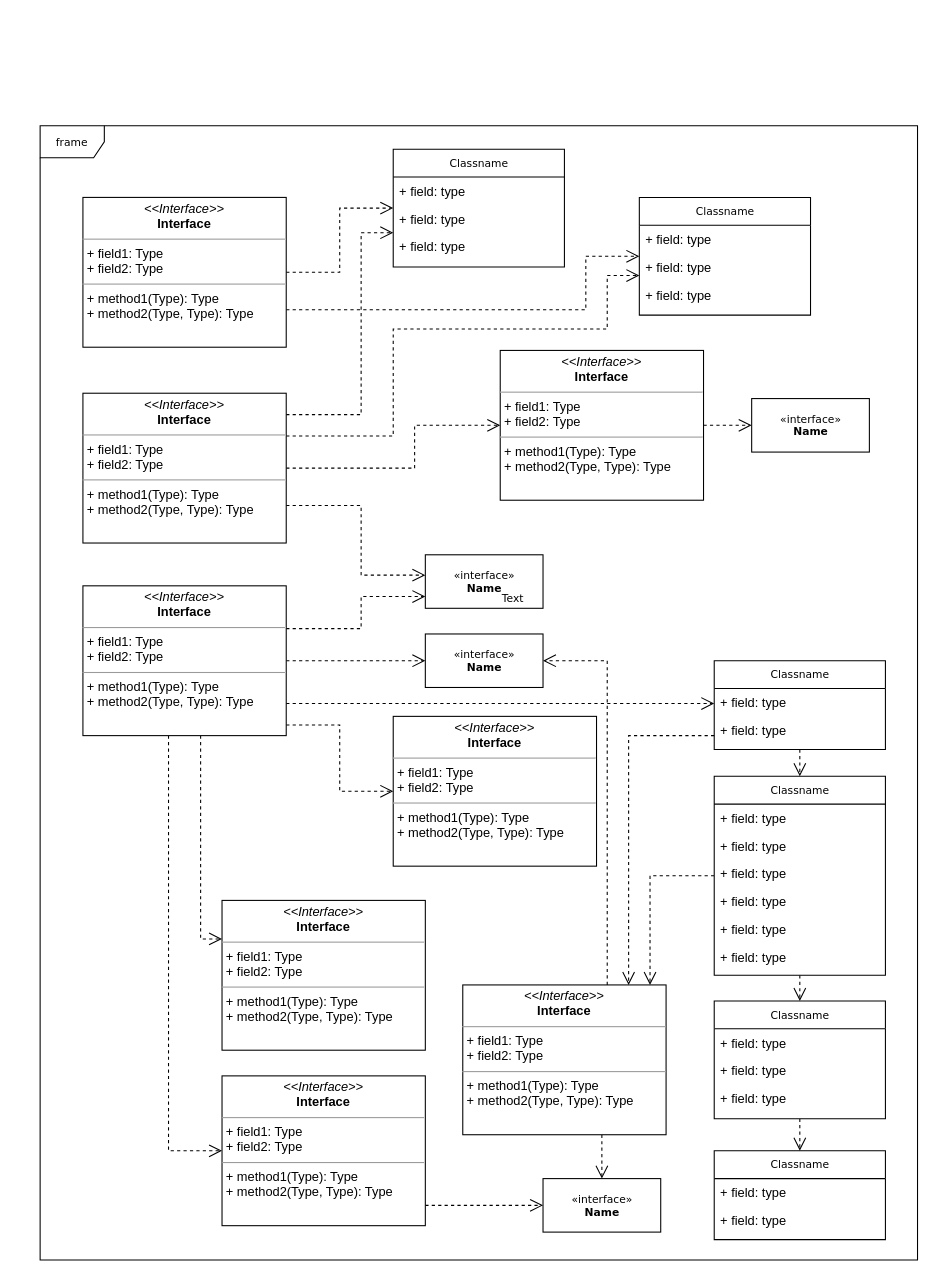
The draw.io diagram Untitled Diagram.drawio in Marc536/Din-mica_1, before the edit. Source tidied: cells renumbered, new cells numbered last; positions are measured from the earlier drawing's top-left corner, leaving out a move shared by most shapes. Both pictures are drawn from the tidied source at 107%, with x=0, y=0 at pixel (40, 125).
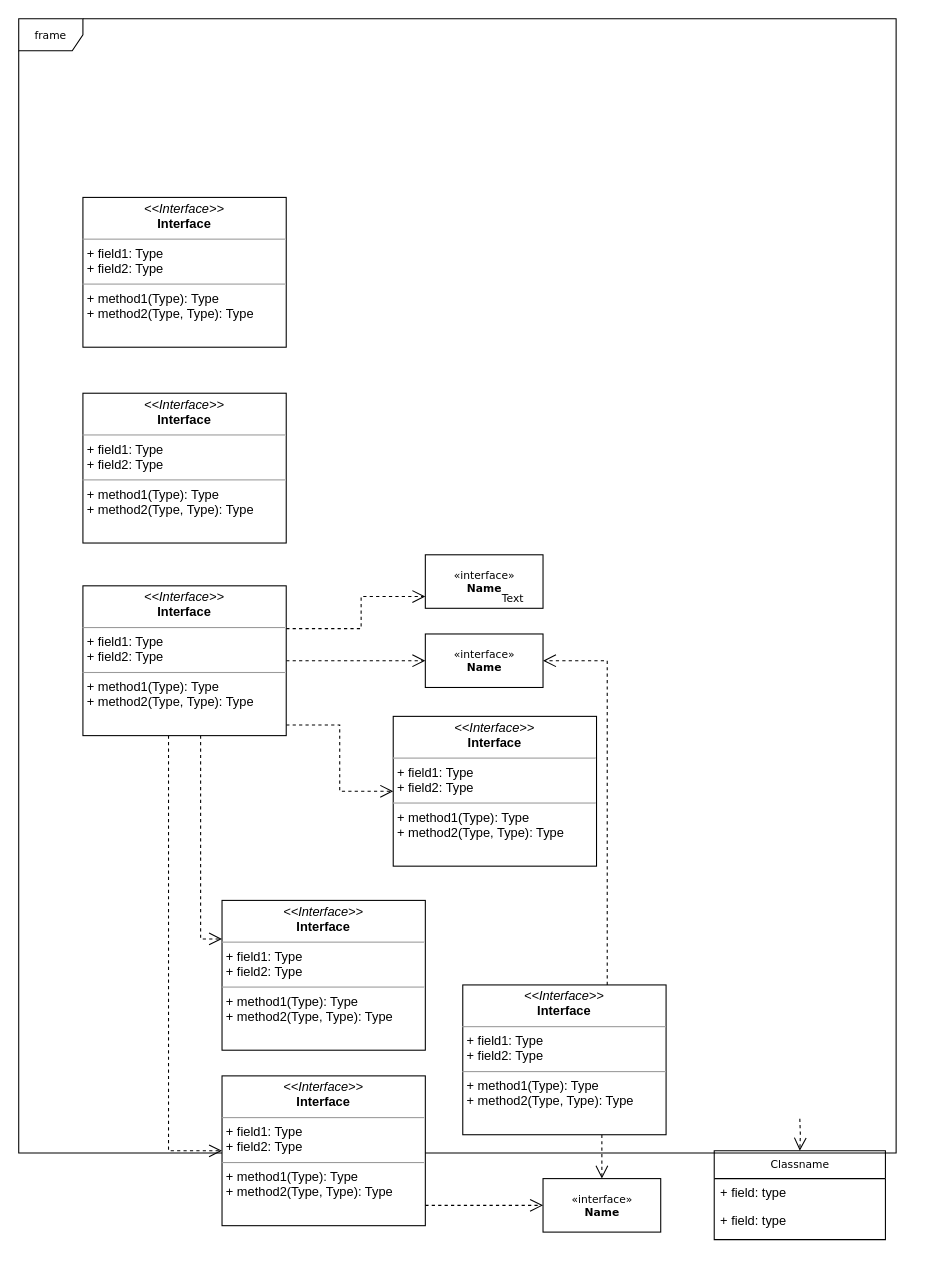
Above is the later version.

The change refers to these unchanged cells:
```xml
<mxCell id="20" value="Classname" style="swimlane;html=1;fontStyle=0;horizontal=1;startSize=26;fillColor=none;swimlaneFillColor=#ffffff;rounded=0;shadow=0;comic=0;labelBackgroundColor=none;strokeWidth=1;fontFamily=Verdana;fontSize=10;align=center;" parent="1" vertex="1">
  <mxGeometry x="630" y="958" width="160" height="83" as="geometry" />
</mxCell>
<mxCell id="35" value="&lt;p style=&quot;margin:0px;margin-top:4px;text-align:center;&quot;&gt;&lt;i&gt;&amp;lt;&amp;lt;Interface&amp;gt;&amp;gt;&lt;/i&gt;&lt;br/&gt;&lt;b&gt;Interface&lt;/b&gt;&lt;/p&gt;&lt;hr size=&quot;1&quot;/&gt;&lt;p style=&quot;margin:0px;margin-left:4px;&quot;&gt;+ field1: Type&lt;br/&gt;+ field2: Type&lt;/p&gt;&lt;hr size=&quot;1&quot;/&gt;&lt;p style=&quot;margin:0px;margin-left:4px;&quot;&gt;+ method1(Type): Type&lt;br/&gt;+ method2(Type, Type): Type&lt;/p&gt;" style="verticalAlign=top;align=left;overflow=fill;fontSize=12;fontFamily=Helvetica;html=1;rounded=0;shadow=0;comic=0;labelBackgroundColor=none;strokeWidth=1;" parent="1" vertex="1">
  <mxGeometry x="395" y="803" width="190" height="140" as="geometry" />
</mxCell>
<mxCell id="41" value="&amp;laquo;interface&amp;raquo;&lt;br&gt;&lt;b&gt;Name&lt;/b&gt;" style="html=1;rounded=0;shadow=0;comic=0;labelBackgroundColor=none;strokeWidth=1;fontFamily=Verdana;fontSize=10;align=center;" parent="1" vertex="1">
  <mxGeometry x="360" y="401" width="110" height="50" as="geometry" />
</mxCell>
<mxCell id="48" value="&lt;p style=&quot;margin:0px;margin-top:4px;text-align:center;&quot;&gt;&lt;i&gt;&amp;lt;&amp;lt;Interface&amp;gt;&amp;gt;&lt;/i&gt;&lt;br/&gt;&lt;b&gt;Interface&lt;/b&gt;&lt;/p&gt;&lt;hr size=&quot;1&quot;/&gt;&lt;p style=&quot;margin:0px;margin-left:4px;&quot;&gt;+ field1: Type&lt;br/&gt;+ field2: Type&lt;/p&gt;&lt;hr size=&quot;1&quot;/&gt;&lt;p style=&quot;margin:0px;margin-left:4px;&quot;&gt;+ method1(Type): Type&lt;br/&gt;+ method2(Type, Type): Type&lt;/p&gt;" style="verticalAlign=top;align=left;overflow=fill;fontSize=12;fontFamily=Helvetica;html=1;rounded=0;shadow=0;comic=0;labelBackgroundColor=none;strokeWidth=1;" parent="1" vertex="1">
  <mxGeometry x="40" y="67" width="190" height="140" as="geometry" />
</mxCell>
<mxCell id="53" value="&lt;p style=&quot;margin:0px;margin-top:4px;text-align:center;&quot;&gt;&lt;i&gt;&amp;lt;&amp;lt;Interface&amp;gt;&amp;gt;&lt;/i&gt;&lt;br/&gt;&lt;b&gt;Interface&lt;/b&gt;&lt;/p&gt;&lt;hr size=&quot;1&quot;/&gt;&lt;p style=&quot;margin:0px;margin-left:4px;&quot;&gt;+ field1: Type&lt;br/&gt;+ field2: Type&lt;/p&gt;&lt;hr size=&quot;1&quot;/&gt;&lt;p style=&quot;margin:0px;margin-left:4px;&quot;&gt;+ method1(Type): Type&lt;br/&gt;+ method2(Type, Type): Type&lt;/p&gt;" style="verticalAlign=top;align=left;overflow=fill;fontSize=12;fontFamily=Helvetica;html=1;rounded=0;shadow=0;comic=0;labelBackgroundColor=none;strokeWidth=1;" parent="1" vertex="1">
  <mxGeometry x="40" y="250" width="190" height="140" as="geometry" />
</mxCell>
<mxCell id="60" value="&lt;p style=&quot;margin:0px;margin-top:4px;text-align:center;&quot;&gt;&lt;i&gt;&amp;lt;&amp;lt;Interface&amp;gt;&amp;gt;&lt;/i&gt;&lt;br/&gt;&lt;b&gt;Interface&lt;/b&gt;&lt;/p&gt;&lt;hr size=&quot;1&quot;/&gt;&lt;p style=&quot;margin:0px;margin-left:4px;&quot;&gt;+ field1: Type&lt;br/&gt;+ field2: Type&lt;/p&gt;&lt;hr size=&quot;1&quot;/&gt;&lt;p style=&quot;margin:0px;margin-left:4px;&quot;&gt;+ method1(Type): Type&lt;br/&gt;+ method2(Type, Type): Type&lt;/p&gt;" style="verticalAlign=top;align=left;overflow=fill;fontSize=12;fontFamily=Helvetica;html=1;rounded=0;shadow=0;comic=0;labelBackgroundColor=none;strokeWidth=1;" parent="1" vertex="1">
  <mxGeometry x="40" y="430" width="190" height="140" as="geometry" />
</mxCell>
```

Change to the diagram source:
```diff
@@
     <mxCell id="2" value="frame" style="shape=umlFrame;whiteSpace=wrap;html=1;rounded=0;shadow=0;comic=0;labelBackgroundColor=none;strokeWidth=1;fontFamily=Verdana;fontSize=10;align=center;" parent="1" vertex="1">
-      <mxGeometry width="820" height="1060" as="geometry" />
+      <mxGeometry x="-20" y="-100" width="820" height="1060" as="geometry" />
     </mxCell>
-    <mxCell id="3" style="edgeStyle=orthogonalEdgeStyle;rounded=0;html=1;dashed=1;labelBackgroundColor=none;startFill=0;endArrow=open;endFill=0;endSize=10;fontFamily=Verdana;fontSize=10;" parent="1" edge="1" source="5" target="35">
-      <mxGeometry relative="1" as="geometry">
-        <Array as="points">
-          <mxPoint x="570" y="701" />
-        </Array>
-      </mxGeometry>
-    </mxCell>
-    <mxCell id="4" style="edgeStyle=orthogonalEdgeStyle;rounded=0;html=1;dashed=1;labelBackgroundColor=none;startFill=0;endArrow=open;endFill=0;endSize=10;fontFamily=Verdana;fontSize=10;" parent="1" edge="1" source="5" target="24">
-      <mxGeometry relative="1" as="geometry" />
-    </mxCell>
-    <mxCell id="5" value="Classname" style="swimlane;html=1;fontStyle=0;horizontal=1;startSize=26;fillColor=none;swimlaneFillColor=#ffffff;rounded=0;shadow=0;comic=0;labelBackgroundColor=none;strokeWidth=1;fontFamily=Verdana;fontSize=10;align=center;" parent="1" vertex="1">
-      <mxGeometry x="630" y="608" width="160" height="186" as="geometry" />
-    </mxCell>
-    <mxCell id="6" value="+ field: type" style="text;html=1;strokeColor=none;fillColor=none;align=left;verticalAlign=top;spacingLeft=4;spacingRight=4;whiteSpace=wrap;overflow=hidden;" parent="5" vertex="1">
-      <mxGeometry y="26" width="160" height="26" as="geometry" />
-    </mxCell>
-    <mxCell id="7" value="+ field: type" style="text;html=1;strokeColor=none;fillColor=none;align=left;verticalAlign=top;spacingLeft=4;spacingRight=4;whiteSpace=wrap;overflow=hidden;" parent="5" vertex="1">
-      <mxGeometry y="52" width="160" height="26" as="geometry" />
-    </mxCell>
-    <mxCell id="8" value="+ field: type" style="text;html=1;strokeColor=none;fillColor=none;align=left;verticalAlign=top;spacingLeft=4;spacingRight=4;whiteSpace=wrap;overflow=hidden;" parent="5" vertex="1">
-      <mxGeometry y="78" width="160" height="26" as="geometry" />
-    </mxCell>
-    <mxCell id="9" value="+ field: type" style="text;html=1;strokeColor=none;fillColor=none;align=left;verticalAlign=top;spacingLeft=4;spacingRight=4;whiteSpace=wrap;overflow=hidden;" parent="5" vertex="1">
-      <mxGeometry y="104" width="160" height="26" as="geometry" />
-    </mxCell>
-    <mxCell id="10" value="+ field: type" style="text;html=1;strokeColor=none;fillColor=none;align=left;verticalAlign=top;spacingLeft=4;spacingRight=4;whiteSpace=wrap;overflow=hidden;" parent="5" vertex="1">
-      <mxGeometry y="130" width="160" height="26" as="geometry" />
-    </mxCell>
-    <mxCell id="11" value="+ field: type" style="text;html=1;strokeColor=none;fillColor=none;align=left;verticalAlign=top;spacingLeft=4;spacingRight=4;whiteSpace=wrap;overflow=hidden;" parent="5" vertex="1">
-      <mxGeometry y="156" width="160" height="26" as="geometry" />
-    </mxCell>
-    <mxCell id="12" value="Classname" style="swimlane;html=1;fontStyle=0;horizontal=1;startSize=26;fillColor=none;swimlaneFillColor=#ffffff;rounded=0;shadow=0;comic=0;labelBackgroundColor=none;strokeWidth=1;fontFamily=Verdana;fontSize=10;align=center;" parent="1" vertex="1">
-      <mxGeometry x="330" y="22" width="160" height="110" as="geometry" />
-    </mxCell>
-    <mxCell id="13" value="+ field: type" style="text;html=1;strokeColor=none;fillColor=none;align=left;verticalAlign=top;spacingLeft=4;spacingRight=4;whiteSpace=wrap;overflow=hidden;" parent="12" vertex="1">
-      <mxGeometry y="26" width="160" height="26" as="geometry" />
-    </mxCell>
-    <mxCell id="14" value="+ field: type" style="text;html=1;strokeColor=none;fillColor=none;align=left;verticalAlign=top;spacingLeft=4;spacingRight=4;whiteSpace=wrap;overflow=hidden;" parent="12" vertex="1">
-      <mxGeometry y="52" width="160" height="26" as="geometry" />
-    </mxCell>
-    <mxCell id="15" value="+ field: type" style="text;html=1;strokeColor=none;fillColor=none;align=left;verticalAlign=top;spacingLeft=4;spacingRight=4;whiteSpace=wrap;overflow=hidden;" parent="12" vertex="1">
-      <mxGeometry y="78" width="160" height="26" as="geometry" />
-    </mxCell>
-    <mxCell id="16" value="Classname" style="swimlane;html=1;fontStyle=0;horizontal=1;startSize=26;fillColor=none;swimlaneFillColor=#ffffff;rounded=0;shadow=0;comic=0;labelBackgroundColor=none;strokeWidth=1;fontFamily=Verdana;fontSize=10;align=center;" parent="1" vertex="1">
-      <mxGeometry x="560" y="67" width="160" height="110" as="geometry" />
-    </mxCell>
-    <mxCell id="17" value="+ field: type" style="text;html=1;strokeColor=none;fillColor=none;align=left;verticalAlign=top;spacingLeft=4;spacingRight=4;whiteSpace=wrap;overflow=hidden;" parent="16" vertex="1">
-      <mxGeometry y="26" width="160" height="26" as="geometry" />
-    </mxCell>
-    <mxCell id="18" value="+ field: type" style="text;html=1;strokeColor=none;fillColor=none;align=left;verticalAlign=top;spacingLeft=4;spacingRight=4;whiteSpace=wrap;overflow=hidden;" parent="16" vertex="1">
-      <mxGeometry y="52" width="160" height="26" as="geometry" />
-    </mxCell>
-    <mxCell id="19" value="+ field: type" style="text;html=1;strokeColor=none;fillColor=none;align=left;verticalAlign=top;spacingLeft=4;spacingRight=4;whiteSpace=wrap;overflow=hidden;" parent="16" vertex="1">
-      <mxGeometry y="78" width="160" height="26" as="geometry" />
-    </mxCell>
@@
-    <mxCell id="23" style="edgeStyle=orthogonalEdgeStyle;rounded=0;html=1;dashed=1;labelBackgroundColor=none;startFill=0;endArrow=open;endFill=0;endSize=10;fontFamily=Verdana;fontSize=10;" parent="1" edge="1" source="24" target="20">
-      <mxGeometry relative="1" as="geometry" />
+    <mxCell id="23" style="edgeStyle=orthogonalEdgeStyle;rounded=0;html=1;dashed=1;labelBackgroundColor=none;startFill=0;endArrow=open;endFill=0;endSize=10;fontFamily=Verdana;fontSize=10;" parent="1" edge="1" target="20">
+      <mxGeometry relative="1" as="geometry">
+        <mxPoint x="710" y="928" as="sourcePoint" />
+      </mxGeometry>
     </mxCell>
-    <mxCell id="24" value="Classname" style="swimlane;html=1;fontStyle=0;horizontal=1;startSize=26;fillColor=none;swimlaneFillColor=#ffffff;rounded=0;shadow=0;comic=0;labelBackgroundColor=none;strokeWidth=1;fontFamily=Verdana;fontSize=10;align=center;" parent="1" vertex="1">
-      <mxGeometry x="630" y="818" width="160" height="110" as="geometry" />
-    </mxCell>
-    <mxCell id="25" value="+ field: type" style="text;html=1;strokeColor=none;fillColor=none;align=left;verticalAlign=top;spacingLeft=4;spacingRight=4;whiteSpace=wrap;overflow=hidden;" parent="24" vertex="1">
-      <mxGeometry y="26" width="160" height="26" as="geometry" />
-    </mxCell>
-    <mxCell id="26" value="+ field: type" style="text;html=1;strokeColor=none;fillColor=none;align=left;verticalAlign=top;spacingLeft=4;spacingRight=4;whiteSpace=wrap;overflow=hidden;" parent="24" vertex="1">
-      <mxGeometry y="52" width="160" height="26" as="geometry" />
-    </mxCell>
-    <mxCell id="27" value="+ field: type" style="text;html=1;strokeColor=none;fillColor=none;align=left;verticalAlign=top;spacingLeft=4;spacingRight=4;whiteSpace=wrap;overflow=hidden;" parent="24" vertex="1">
-      <mxGeometry y="78" width="160" height="26" as="geometry" />
-    </mxCell>
-    <mxCell id="28" style="edgeStyle=orthogonalEdgeStyle;rounded=0;html=1;dashed=1;labelBackgroundColor=none;startFill=0;endArrow=open;endFill=0;endSize=10;fontFamily=Verdana;fontSize=10;" parent="1" edge="1" source="29" target="5">
-      <mxGeometry relative="1" as="geometry" />
-    </mxCell>
-    <mxCell id="29" value="Classname" style="swimlane;html=1;fontStyle=0;horizontal=1;startSize=26;fillColor=none;swimlaneFillColor=#ffffff;rounded=0;shadow=0;comic=0;labelBackgroundColor=none;strokeWidth=1;fontFamily=Verdana;fontSize=10;align=center;" parent="1" vertex="1">
-      <mxGeometry x="630" y="500" width="160" height="83" as="geometry" />
-    </mxCell>
-    <mxCell id="30" value="+ field: type" style="text;html=1;strokeColor=none;fillColor=none;align=left;verticalAlign=top;spacingLeft=4;spacingRight=4;whiteSpace=wrap;overflow=hidden;" parent="29" vertex="1">
-      <mxGeometry y="26" width="160" height="26" as="geometry" />
-    </mxCell>
-    <mxCell id="31" value="+ field: type" style="text;html=1;strokeColor=none;fillColor=none;align=left;verticalAlign=top;spacingLeft=4;spacingRight=4;whiteSpace=wrap;overflow=hidden;" parent="29" vertex="1">
-      <mxGeometry y="52" width="160" height="26" as="geometry" />
-    </mxCell>
@@
-    <mxCell id="42" style="edgeStyle=orthogonalEdgeStyle;rounded=0;html=1;dashed=1;labelBackgroundColor=none;startFill=0;endArrow=open;endFill=0;endSize=10;fontFamily=Verdana;fontSize=10;" parent="1" edge="1" source="43" target="45">
-      <mxGeometry relative="1" as="geometry" />
-    </mxCell>
-    <mxCell id="43" value="&lt;p style=&quot;margin:0px;margin-top:4px;text-align:center;&quot;&gt;&lt;i&gt;&amp;lt;&amp;lt;Interface&amp;gt;&amp;gt;&lt;/i&gt;&lt;br/&gt;&lt;b&gt;Interface&lt;/b&gt;&lt;/p&gt;&lt;hr size=&quot;1&quot;/&gt;&lt;p style=&quot;margin:0px;margin-left:4px;&quot;&gt;+ field1: Type&lt;br/&gt;+ field2: Type&lt;/p&gt;&lt;hr size=&quot;1&quot;/&gt;&lt;p style=&quot;margin:0px;margin-left:4px;&quot;&gt;+ method1(Type): Type&lt;br/&gt;+ method2(Type, Type): Type&lt;/p&gt;" style="verticalAlign=top;align=left;overflow=fill;fontSize=12;fontFamily=Helvetica;html=1;rounded=0;shadow=0;comic=0;labelBackgroundColor=none;strokeWidth=1;" parent="1" vertex="1">
-      <mxGeometry x="430" y="210" width="190" height="140" as="geometry" />
-    </mxCell>
@@
-    <mxCell id="45" value="&amp;laquo;interface&amp;raquo;&lt;br&gt;&lt;b&gt;Name&lt;/b&gt;" style="html=1;rounded=0;shadow=0;comic=0;labelBackgroundColor=none;strokeWidth=1;fontFamily=Verdana;fontSize=10;align=center;" parent="1" vertex="1">
-      <mxGeometry x="665" y="255" width="110" height="50" as="geometry" />
-    </mxCell>
-    <mxCell id="46" style="edgeStyle=orthogonalEdgeStyle;rounded=0;html=1;labelBackgroundColor=none;startFill=0;endArrow=open;endFill=0;endSize=10;fontFamily=Verdana;fontSize=10;dashed=1;" parent="1" edge="1" source="48" target="12">
-      <mxGeometry relative="1" as="geometry" />
-    </mxCell>
-    <mxCell id="47" style="edgeStyle=orthogonalEdgeStyle;rounded=0;html=1;exitX=1;exitY=0.75;dashed=1;labelBackgroundColor=none;startFill=0;endArrow=open;endFill=0;endSize=10;fontFamily=Verdana;fontSize=10;" parent="1" edge="1" source="48" target="16">
-      <mxGeometry relative="1" as="geometry">
-        <Array as="points">
-          <mxPoint x="510" y="172" />
-          <mxPoint x="510" y="122" />
-        </Array>
-      </mxGeometry>
-    </mxCell>
@@
-    <mxCell id="49" style="edgeStyle=orthogonalEdgeStyle;rounded=0;html=1;dashed=1;labelBackgroundColor=none;startFill=0;endArrow=open;endFill=0;endSize=10;fontFamily=Verdana;fontSize=10;" parent="1" edge="1" source="53" target="12">
-      <mxGeometry relative="1" as="geometry">
-        <Array as="points">
-          <mxPoint x="300" y="270" />
-          <mxPoint x="300" y="100" />
-        </Array>
-      </mxGeometry>
-    </mxCell>
-    <mxCell id="50" style="edgeStyle=orthogonalEdgeStyle;rounded=0;html=1;dashed=1;labelBackgroundColor=none;startFill=0;endArrow=open;endFill=0;endSize=10;fontFamily=Verdana;fontSize=10;" parent="1" edge="1" source="53" target="16">
-      <mxGeometry relative="1" as="geometry">
-        <Array as="points">
-          <mxPoint x="330" y="290" />
-          <mxPoint x="330" y="190" />
-          <mxPoint x="530" y="190" />
-          <mxPoint x="530" y="140" />
-        </Array>
-      </mxGeometry>
-    </mxCell>
-    <mxCell id="51" style="edgeStyle=orthogonalEdgeStyle;rounded=0;html=1;dashed=1;labelBackgroundColor=none;startFill=0;endArrow=open;endFill=0;endSize=10;fontFamily=Verdana;fontSize=10;" parent="1" edge="1" source="53" target="43">
-      <mxGeometry relative="1" as="geometry">
-        <Array as="points">
-          <mxPoint x="350" y="320" />
-          <mxPoint x="350" y="280" />
-        </Array>
-      </mxGeometry>
-    </mxCell>
-    <mxCell id="52" style="edgeStyle=orthogonalEdgeStyle;rounded=0;html=1;exitX=1;exitY=0.75;dashed=1;labelBackgroundColor=none;startFill=0;endArrow=open;endFill=0;endSize=10;fontFamily=Verdana;fontSize=10;" parent="1" edge="1" source="53" target="41">
-      <mxGeometry relative="1" as="geometry">
-        <Array as="points">
-          <mxPoint x="300" y="355" />
-          <mxPoint x="300" y="420" />
-        </Array>
-      </mxGeometry>
-    </mxCell>
@@
-    <mxCell id="57" style="edgeStyle=orthogonalEdgeStyle;rounded=0;html=1;dashed=1;labelBackgroundColor=none;startFill=0;endArrow=open;endFill=0;endSize=10;fontFamily=Verdana;fontSize=10;" parent="1" edge="1" source="60" target="29">
-      <mxGeometry relative="1" as="geometry">
-        <Array as="points">
-          <mxPoint x="330" y="540" />
-          <mxPoint x="330" y="540" />
-        </Array>
-      </mxGeometry>
-    </mxCell>
@@
-    <mxCell id="61" style="edgeStyle=orthogonalEdgeStyle;rounded=0;html=1;dashed=1;labelBackgroundColor=none;startFill=0;endArrow=open;endFill=0;endSize=10;fontFamily=Verdana;fontSize=10;" parent="1" edge="1" source="29" target="35">
-      <mxGeometry relative="1" as="geometry">
-        <Array as="points">
-          <mxPoint x="550" y="570" />
-        </Array>
-      </mxGeometry>
-    </mxCell>
```
